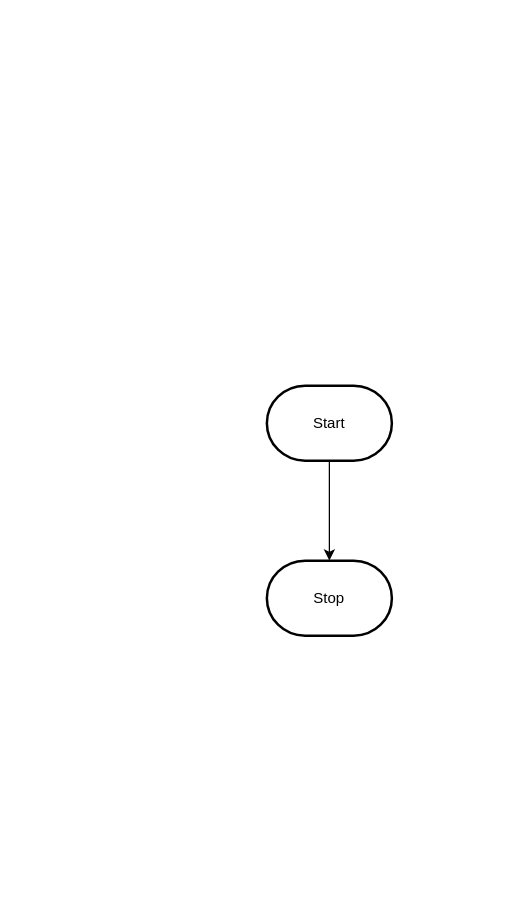
Before: design/flowchart.drawio in MTHS-ICD2O-1-2023/ICD2O-Unit-5-04-Gabriel-Zanardi, a draw.io diagram. Source tidied: cells renumbered, new cells numbered last; positions are measured from the earlier drawing's top-left corner, leaving out a move shared by most shapes. Both pictures are drawn from the tidied source at 125%, with x=0, y=0 at pixel (266, 385).
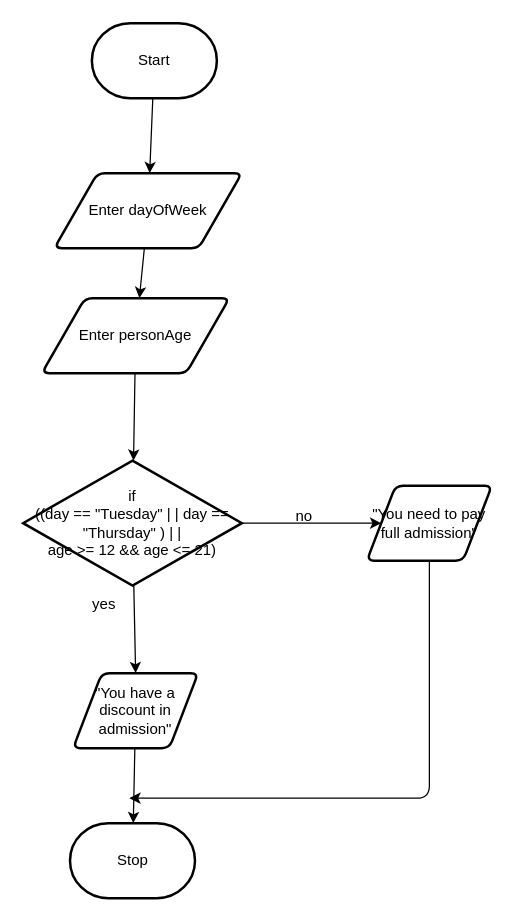
The same diagram, later.

Commit message (it also covers changes not shown here):
init flowchart

Diff of the diagram source:
```diff
@@
 <mxGraphModel>
   <root>
     <mxCell id="0" />
     <mxCell id="1" parent="0" />
-    <mxCell id="2" style="edgeStyle=orthogonalEdgeStyle;html=1;rounded=0;" parent="1" edge="1" source="3" target="4">
-      <mxGeometry relative="1" as="geometry" />
-    </mxCell>
+    <mxCell id="5" style="edgeStyle=none;html=1;" parent="1" edge="1" source="3" target="2">
+      <mxGeometry relative="1" as="geometry" />
+    </mxCell>
     <mxCell id="3" value="Start" style="strokeWidth=2;html=1;shape=mxgraph.flowchart.terminator;whiteSpace=wrap;" parent="1" vertex="1">
-      <mxGeometry width="100" height="60" as="geometry" />
+      <mxGeometry x="-140" y="-290" width="100" height="60" as="geometry" />
     </mxCell>
     <mxCell id="4" value="Stop" style="strokeWidth=2;html=1;shape=mxgraph.flowchart.terminator;whiteSpace=wrap;" parent="1" vertex="1">
-      <mxGeometry y="140" width="100" height="60" as="geometry" />
+      <mxGeometry x="-157.5" y="350" width="100" height="60" as="geometry" />
     </mxCell>
+    <mxCell id="6" style="edgeStyle=none;html=1;" parent="1" edge="1" source="2" target="8">
+      <mxGeometry relative="1" as="geometry" />
+    </mxCell>
+    <mxCell id="2" value="Enter dayOfWeek" style="shape=parallelogram;html=1;strokeWidth=2;perimeter=parallelogramPerimeter;whiteSpace=wrap;rounded=1;arcSize=12;size=0.23;" parent="1" vertex="1">
+      <mxGeometry x="-170" y="-170" width="150" height="60" as="geometry" />
+    </mxCell>
+    <mxCell id="7" style="edgeStyle=none;html=1;" parent="1" edge="1" source="8" target="11">
+      <mxGeometry relative="1" as="geometry" />
+    </mxCell>
+    <mxCell id="8" value="Enter personAge" style="shape=parallelogram;html=1;strokeWidth=2;perimeter=parallelogramPerimeter;whiteSpace=wrap;rounded=1;arcSize=12;size=0.23;" parent="1" vertex="1">
+      <mxGeometry x="-180" y="-70" width="150" height="60" as="geometry" />
+    </mxCell>
+    <mxCell id="9" style="edgeStyle=none;html=1;entryX=0;entryY=0.5;entryDx=0;entryDy=0;" parent="1" edge="1" source="11" target="15">
+      <mxGeometry relative="1" as="geometry" />
+    </mxCell>
+    <mxCell id="10" style="edgeStyle=none;html=1;entryX=0.5;entryY=0;entryDx=0;entryDy=0;" parent="1" edge="1" source="11" target="17">
+      <mxGeometry relative="1" as="geometry" />
+    </mxCell>
+    <mxCell id="11" value="if&lt;br&gt;((day == &quot;Tuesday&quot; | | day == &quot;Thursday&quot; ) | |&lt;br&gt;age &amp;gt;= 12 &amp;amp;&amp;amp; age &amp;lt;= 21)" style="strokeWidth=2;html=1;shape=mxgraph.flowchart.decision;whiteSpace=wrap;" parent="1" vertex="1">
+      <mxGeometry x="-195" y="60" width="175" height="100" as="geometry" />
+    </mxCell>
+    <mxCell id="12" value="yes" style="text;html=1;strokeColor=none;fillColor=none;align=center;verticalAlign=middle;whiteSpace=wrap;rounded=0;" parent="1" vertex="1">
+      <mxGeometry x="-160" y="160" width="60" height="30" as="geometry" />
+    </mxCell>
+    <mxCell id="13" value="no" style="text;html=1;strokeColor=none;fillColor=none;align=center;verticalAlign=middle;whiteSpace=wrap;rounded=0;" parent="1" vertex="1">
+      <mxGeometry y="90" width="60" height="30" as="geometry" />
+    </mxCell>
+    <mxCell id="14" style="edgeStyle=none;html=1;" parent="1" edge="1" source="15">
+      <mxGeometry relative="1" as="geometry">
+        <mxPoint x="-110" y="330" as="targetPoint" />
+        <Array as="points">
+          <mxPoint x="130" y="330" />
+        </Array>
+      </mxGeometry>
+    </mxCell>
+    <mxCell id="15" value="&quot;You need to pay full admission&quot;" style="shape=parallelogram;html=1;strokeWidth=2;perimeter=parallelogramPerimeter;whiteSpace=wrap;rounded=1;arcSize=12;size=0.23;" parent="1" vertex="1">
+      <mxGeometry x="80" y="80" width="100" height="60" as="geometry" />
+    </mxCell>
+    <mxCell id="16" style="edgeStyle=none;html=1;" parent="1" edge="1" source="17" target="4">
+      <mxGeometry relative="1" as="geometry" />
+    </mxCell>
+    <mxCell id="17" value="&quot;You have a discount in admission&quot;" style="shape=parallelogram;html=1;strokeWidth=2;perimeter=parallelogramPerimeter;whiteSpace=wrap;rounded=1;arcSize=12;size=0.23;" parent="1" vertex="1">
+      <mxGeometry x="-155" y="230" width="100" height="60" as="geometry" />
+    </mxCell>
   </root>
 </mxGraphModel>
```
